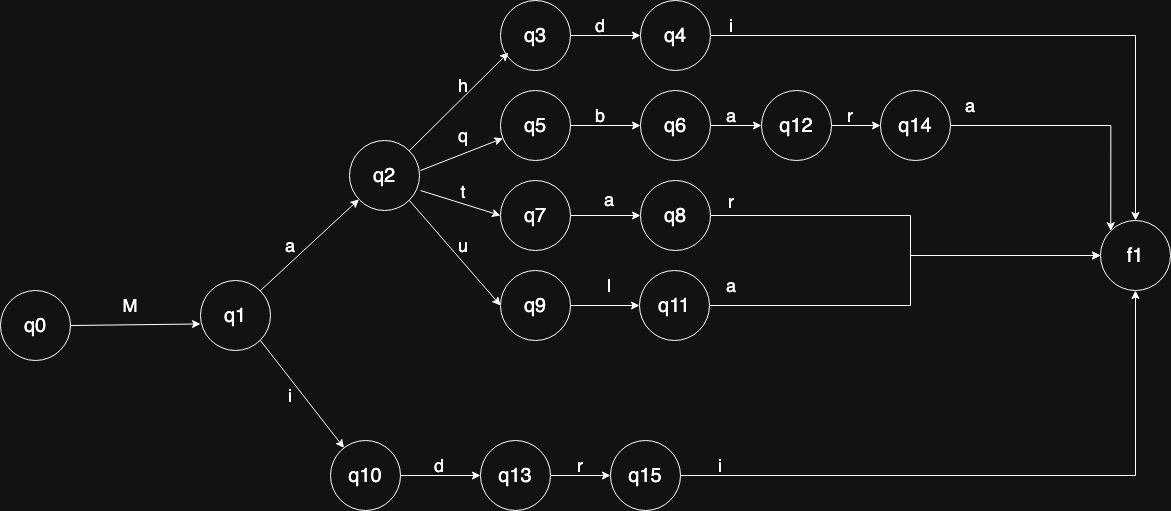
Earlier version of the draw.io export DFA.png (ian-hdzzz/Evidence_1_Lexical_Analysis). Source tidied: cells renumbered, new cells last; positions are measured from the earlier drawing's top-left corner, leaving out a move shared by most shapes. Source of this version:
```xml
<mxGraphModel>
  <root>
    <mxCell id="0" />
    <mxCell id="1" parent="0" />
    <mxCell id="2" value="&lt;font style=&quot;font-size: 20px;&quot;&gt;q0&lt;/font&gt;" style="ellipse;whiteSpace=wrap;html=1;" parent="1" vertex="1">
      <mxGeometry y="290" width="70" height="70" as="geometry" />
    </mxCell>
    <mxCell id="3" value="&lt;font style=&quot;font-size: 20px;&quot;&gt;q1&lt;/font&gt;" style="ellipse;whiteSpace=wrap;html=1;" parent="1" vertex="1">
      <mxGeometry x="200" y="280" width="70" height="70" as="geometry" />
    </mxCell>
    <mxCell id="4" style="endArrow=classic;html=1;rounded=0;exitX=1;exitY=0.5;exitDx=0;exitDy=0;entryX=0;entryY=0.621;entryDx=0;entryDy=0;entryPerimeter=0;" parent="1" edge="1" source="2" target="3">
      <mxGeometry relative="1" as="geometry" />
    </mxCell>
    <mxCell id="5" value="&lt;font style=&quot;font-size: 18px;&quot;&gt;M&lt;/font&gt;" style="text;html=1;align=center;verticalAlign=middle;whiteSpace=wrap;rounded=0;" parent="1" vertex="1">
      <mxGeometry x="100" y="290" width="60" height="30" as="geometry" />
    </mxCell>
    <mxCell id="6" value="&lt;font style=&quot;font-size: 20px;&quot;&gt;q2&lt;/font&gt;" style="ellipse;whiteSpace=wrap;html=1;" parent="1" vertex="1">
      <mxGeometry x="349" y="140" width="70" height="70" as="geometry" />
    </mxCell>
    <mxCell id="7" style="edgeStyle=orthogonalEdgeStyle;rounded=0;jettySize=auto;html=1;exitX=1;exitY=0.5;exitDx=0;exitDy=0;entryX=0;entryY=0.5;entryDx=0;entryDy=0;" parent="1" edge="1" source="8" target="53">
      <mxGeometry relative="1" as="geometry" />
    </mxCell>
    <mxCell id="8" value="&lt;font style=&quot;font-size: 20px;&quot;&gt;q10&lt;/font&gt;" style="ellipse;whiteSpace=wrap;html=1;" parent="1" vertex="1">
      <mxGeometry x="330" y="440" width="70" height="70" as="geometry" />
    </mxCell>
    <mxCell id="9" style="endArrow=classic;html=1;rounded=0;exitX=1;exitY=0;exitDx=0;exitDy=0;" parent="1" edge="1" source="3" target="6">
      <mxGeometry relative="1" as="geometry" />
    </mxCell>
    <mxCell id="10" style="endArrow=classic;html=1;rounded=0;exitX=1;exitY=1;exitDx=0;exitDy=0;" parent="1" edge="1" source="3" target="8">
      <mxGeometry relative="1" as="geometry" />
    </mxCell>
    <mxCell id="11" value="&lt;span style=&quot;font-size: 18px;&quot;&gt;a&lt;/span&gt;" style="text;html=1;align=center;verticalAlign=middle;whiteSpace=wrap;rounded=0;" parent="1" vertex="1">
      <mxGeometry x="260" y="230" width="60" height="30" as="geometry" />
    </mxCell>
    <mxCell id="12" value="&lt;span style=&quot;font-size: 18px;&quot;&gt;i&lt;/span&gt;" style="text;html=1;align=center;verticalAlign=middle;whiteSpace=wrap;rounded=0;" parent="1" vertex="1">
      <mxGeometry x="260" y="380" width="60" height="30" as="geometry" />
    </mxCell>
    <mxCell id="13" style="edgeStyle=orthogonalEdgeStyle;rounded=0;jettySize=auto;html=1;exitX=1;exitY=0.5;exitDx=0;exitDy=0;entryX=0;entryY=0.5;entryDx=0;entryDy=0;" parent="1" edge="1" source="14" target="23">
      <mxGeometry relative="1" as="geometry" />
    </mxCell>
    <mxCell id="14" value="&lt;font style=&quot;font-size: 20px;&quot;&gt;q3&lt;/font&gt;" style="ellipse;whiteSpace=wrap;html=1;" parent="1" vertex="1">
      <mxGeometry x="500" width="70" height="70" as="geometry" />
    </mxCell>
    <mxCell id="15" style="edgeStyle=orthogonalEdgeStyle;rounded=0;jettySize=auto;html=1;exitX=1;exitY=0.5;exitDx=0;exitDy=0;entryX=0;entryY=0.5;entryDx=0;entryDy=0;" parent="1" edge="1" source="16" target="35">
      <mxGeometry relative="1" as="geometry" />
    </mxCell>
    <mxCell id="16" value="&lt;font style=&quot;font-size: 20px;&quot;&gt;q5&lt;/font&gt;" style="ellipse;whiteSpace=wrap;html=1;" parent="1" vertex="1">
      <mxGeometry x="500" y="90" width="70" height="70" as="geometry" />
    </mxCell>
    <mxCell id="17" style="edgeStyle=orthogonalEdgeStyle;rounded=0;jettySize=auto;html=1;exitX=1;exitY=0.5;exitDx=0;exitDy=0;entryX=0;entryY=0.5;entryDx=0;entryDy=0;" parent="1" edge="1" source="18" target="45">
      <mxGeometry relative="1" as="geometry" />
    </mxCell>
    <mxCell id="18" value="&lt;font style=&quot;font-size: 20px;&quot;&gt;q7&lt;/font&gt;" style="ellipse;whiteSpace=wrap;html=1;" parent="1" vertex="1">
      <mxGeometry x="500" y="180" width="70" height="70" as="geometry" />
    </mxCell>
    <mxCell id="19" style="edgeStyle=orthogonalEdgeStyle;rounded=0;jettySize=auto;html=1;exitX=1;exitY=0.5;exitDx=0;exitDy=0;" parent="1" edge="1" source="20" target="49">
      <mxGeometry relative="1" as="geometry" />
    </mxCell>
    <mxCell id="20" value="&lt;font style=&quot;font-size: 20px;&quot;&gt;q9&lt;/font&gt;" style="ellipse;whiteSpace=wrap;html=1;" parent="1" vertex="1">
      <mxGeometry x="500" y="270" width="70" height="70" as="geometry" />
    </mxCell>
    <mxCell id="21" style="endArrow=classic;html=1;rounded=0;exitX=1;exitY=0;exitDx=0;exitDy=0;entryX=0.113;entryY=0.745;entryDx=0;entryDy=0;entryPerimeter=0;" parent="1" edge="1" source="6" target="14">
      <mxGeometry relative="1" as="geometry" />
    </mxCell>
    <mxCell id="22" style="edgeStyle=orthogonalEdgeStyle;rounded=0;jettySize=auto;html=1;exitX=1;exitY=0.5;exitDx=0;exitDy=0;" parent="1" edge="1" source="23" target="24">
      <mxGeometry relative="1" as="geometry" />
    </mxCell>
    <mxCell id="23" value="&lt;font style=&quot;font-size: 20px;&quot;&gt;q4&lt;/font&gt;" style="ellipse;whiteSpace=wrap;html=1;" parent="1" vertex="1">
      <mxGeometry x="640" width="70" height="70" as="geometry" />
    </mxCell>
    <mxCell id="24" value="&lt;font style=&quot;font-size: 20px;&quot;&gt;f1&lt;/font&gt;" style="ellipse;whiteSpace=wrap;html=1;" parent="1" vertex="1">
      <mxGeometry x="1100" y="220" width="70" height="70" as="geometry" />
    </mxCell>
    <mxCell id="25" style="endArrow=classic;html=1;rounded=0;" parent="1" edge="1" target="16">
      <mxGeometry relative="1" as="geometry">
        <mxPoint x="420" y="170" as="sourcePoint" />
      </mxGeometry>
    </mxCell>
    <mxCell id="26" style="endArrow=classic;html=1;rounded=0;exitX=1;exitY=1;exitDx=0;exitDy=0;entryX=0;entryY=0.5;entryDx=0;entryDy=0;" parent="1" edge="1" source="6" target="20">
      <mxGeometry relative="1" as="geometry" />
    </mxCell>
    <mxCell id="27" style="endArrow=classic;html=1;rounded=0;entryX=0;entryY=0.5;entryDx=0;entryDy=0;" parent="1" edge="1" target="18">
      <mxGeometry relative="1" as="geometry">
        <mxPoint x="420" y="190" as="sourcePoint" />
      </mxGeometry>
    </mxCell>
    <mxCell id="28" value="&lt;span style=&quot;font-size: 18px;&quot;&gt;h&lt;/span&gt;" style="text;html=1;align=center;verticalAlign=middle;whiteSpace=wrap;rounded=0;" parent="1" vertex="1">
      <mxGeometry x="433" y="70" width="60" height="30" as="geometry" />
    </mxCell>
    <mxCell id="29" value="&lt;span style=&quot;font-size: 18px;&quot;&gt;q&lt;/span&gt;" style="text;html=1;align=center;verticalAlign=middle;whiteSpace=wrap;rounded=0;" parent="1" vertex="1">
      <mxGeometry x="433" y="120" width="60" height="30" as="geometry" />
    </mxCell>
    <mxCell id="30" value="&lt;span style=&quot;font-size: 18px;&quot;&gt;t&lt;/span&gt;" style="text;html=1;align=center;verticalAlign=middle;whiteSpace=wrap;rounded=0;" parent="1" vertex="1">
      <mxGeometry x="433" y="176" width="60" height="30" as="geometry" />
    </mxCell>
    <mxCell id="31" value="&lt;span style=&quot;font-size: 18px;&quot;&gt;u&lt;/span&gt;" style="text;html=1;align=center;verticalAlign=middle;whiteSpace=wrap;rounded=0;" parent="1" vertex="1">
      <mxGeometry x="433" y="230" width="60" height="30" as="geometry" />
    </mxCell>
    <mxCell id="32" value="&lt;span style=&quot;font-size: 18px;&quot;&gt;d&lt;/span&gt;" style="text;html=1;align=center;verticalAlign=middle;whiteSpace=wrap;rounded=0;" parent="1" vertex="1">
      <mxGeometry x="570" y="10" width="60" height="30" as="geometry" />
    </mxCell>
    <mxCell id="33" value="&lt;span style=&quot;font-size: 18px;&quot;&gt;i&lt;/span&gt;" style="text;html=1;align=center;verticalAlign=middle;whiteSpace=wrap;rounded=0;" parent="1" vertex="1">
      <mxGeometry x="701" y="10" width="60" height="30" as="geometry" />
    </mxCell>
    <mxCell id="34" style="edgeStyle=orthogonalEdgeStyle;rounded=0;jettySize=auto;html=1;exitX=1;exitY=0.5;exitDx=0;exitDy=0;entryX=0;entryY=0.5;entryDx=0;entryDy=0;" parent="1" edge="1" source="35" target="37">
      <mxGeometry relative="1" as="geometry" />
    </mxCell>
    <mxCell id="35" value="&lt;font style=&quot;font-size: 20px;&quot;&gt;q6&lt;/font&gt;" style="ellipse;whiteSpace=wrap;html=1;" parent="1" vertex="1">
      <mxGeometry x="640" y="90" width="70" height="70" as="geometry" />
    </mxCell>
    <mxCell id="36" style="edgeStyle=orthogonalEdgeStyle;rounded=0;jettySize=auto;html=1;exitX=1;exitY=0.5;exitDx=0;exitDy=0;entryX=0;entryY=0.5;entryDx=0;entryDy=0;" parent="1" edge="1" source="37" target="41">
      <mxGeometry relative="1" as="geometry" />
    </mxCell>
    <mxCell id="37" value="&lt;font style=&quot;font-size: 20px;&quot;&gt;q12&lt;/font&gt;" style="ellipse;whiteSpace=wrap;html=1;" parent="1" vertex="1">
      <mxGeometry x="761" y="90" width="70" height="70" as="geometry" />
    </mxCell>
    <mxCell id="38" value="&lt;span style=&quot;font-size: 18px;&quot;&gt;b&lt;/span&gt;" style="text;html=1;align=center;verticalAlign=middle;whiteSpace=wrap;rounded=0;" parent="1" vertex="1">
      <mxGeometry x="570" y="100" width="60" height="30" as="geometry" />
    </mxCell>
    <mxCell id="39" value="&lt;span style=&quot;font-size: 18px;&quot;&gt;a&lt;/span&gt;" style="text;html=1;align=center;verticalAlign=middle;whiteSpace=wrap;rounded=0;" parent="1" vertex="1">
      <mxGeometry x="701" y="100" width="60" height="30" as="geometry" />
    </mxCell>
    <mxCell id="40" style="edgeStyle=orthogonalEdgeStyle;rounded=0;jettySize=auto;html=1;exitX=1;exitY=0.5;exitDx=0;exitDy=0;entryX=0;entryY=0;entryDx=0;entryDy=0;" parent="1" edge="1" source="41" target="24">
      <mxGeometry relative="1" as="geometry" />
    </mxCell>
    <mxCell id="41" value="&lt;font style=&quot;font-size: 20px;&quot;&gt;q14&lt;/font&gt;" style="ellipse;whiteSpace=wrap;html=1;" parent="1" vertex="1">
      <mxGeometry x="880" y="90" width="70" height="70" as="geometry" />
    </mxCell>
    <mxCell id="42" value="&lt;span style=&quot;font-size: 18px;&quot;&gt;r&lt;/span&gt;" style="text;html=1;align=center;verticalAlign=middle;whiteSpace=wrap;rounded=0;" parent="1" vertex="1">
      <mxGeometry x="820" y="100" width="60" height="30" as="geometry" />
    </mxCell>
    <mxCell id="43" value="&lt;span style=&quot;font-size: 18px;&quot;&gt;a&lt;/span&gt;" style="text;html=1;align=center;verticalAlign=middle;whiteSpace=wrap;rounded=0;" parent="1" vertex="1">
      <mxGeometry x="940" y="90" width="60" height="30" as="geometry" />
    </mxCell>
    <mxCell id="44" style="edgeStyle=orthogonalEdgeStyle;rounded=0;jettySize=auto;html=1;exitX=1;exitY=0.5;exitDx=0;exitDy=0;entryX=0;entryY=0.5;entryDx=0;entryDy=0;" parent="1" edge="1" source="45" target="24">
      <mxGeometry relative="1" as="geometry">
        <Array as="points">
          <mxPoint x="910" y="215" />
          <mxPoint x="910" y="255" />
        </Array>
      </mxGeometry>
    </mxCell>
    <mxCell id="45" value="&lt;font style=&quot;font-size: 20px;&quot;&gt;q8&lt;/font&gt;" style="ellipse;whiteSpace=wrap;html=1;" parent="1" vertex="1">
      <mxGeometry x="640" y="180" width="70" height="70" as="geometry" />
    </mxCell>
    <mxCell id="46" value="&lt;span style=&quot;font-size: 18px;&quot;&gt;a&lt;/span&gt;" style="text;html=1;align=center;verticalAlign=middle;whiteSpace=wrap;rounded=0;" parent="1" vertex="1">
      <mxGeometry x="579" y="184" width="60" height="30" as="geometry" />
    </mxCell>
    <mxCell id="47" value="&lt;span style=&quot;font-size: 18px;&quot;&gt;r&lt;/span&gt;" style="text;html=1;align=center;verticalAlign=middle;whiteSpace=wrap;rounded=0;" parent="1" vertex="1">
      <mxGeometry x="701" y="188" width="60" height="26" as="geometry" />
    </mxCell>
    <mxCell id="48" style="edgeStyle=orthogonalEdgeStyle;rounded=0;jettySize=auto;html=1;exitX=1;exitY=0.5;exitDx=0;exitDy=0;entryX=0;entryY=0.5;entryDx=0;entryDy=0;" parent="1" edge="1" source="49" target="24">
      <mxGeometry relative="1" as="geometry">
        <Array as="points">
          <mxPoint x="910" y="305" />
          <mxPoint x="910" y="255" />
        </Array>
      </mxGeometry>
    </mxCell>
    <mxCell id="49" value="&lt;font style=&quot;font-size: 20px;&quot;&gt;q11&lt;/font&gt;" style="ellipse;whiteSpace=wrap;html=1;" parent="1" vertex="1">
      <mxGeometry x="639" y="270" width="70" height="70" as="geometry" />
    </mxCell>
    <mxCell id="50" value="&lt;span style=&quot;font-size: 18px;&quot;&gt;l&lt;/span&gt;" style="text;html=1;align=center;verticalAlign=middle;whiteSpace=wrap;rounded=0;" parent="1" vertex="1">
      <mxGeometry x="579" y="270" width="60" height="30" as="geometry" />
    </mxCell>
    <mxCell id="51" value="&lt;span style=&quot;font-size: 18px;&quot;&gt;a&lt;/span&gt;" style="text;html=1;align=center;verticalAlign=middle;whiteSpace=wrap;rounded=0;" parent="1" vertex="1">
      <mxGeometry x="701" y="270" width="60" height="30" as="geometry" />
    </mxCell>
    <mxCell id="52" style="edgeStyle=orthogonalEdgeStyle;rounded=0;jettySize=auto;html=1;exitX=1;exitY=0.5;exitDx=0;exitDy=0;entryX=0;entryY=0.5;entryDx=0;entryDy=0;" parent="1" edge="1" source="53" target="55">
      <mxGeometry relative="1" as="geometry" />
    </mxCell>
    <mxCell id="53" value="&lt;font style=&quot;font-size: 20px;&quot;&gt;q13&lt;/font&gt;" style="ellipse;whiteSpace=wrap;html=1;" parent="1" vertex="1">
      <mxGeometry x="480" y="440" width="70" height="70" as="geometry" />
    </mxCell>
    <mxCell id="54" style="edgeStyle=orthogonalEdgeStyle;rounded=0;jettySize=auto;html=1;exitX=1;exitY=0.5;exitDx=0;exitDy=0;entryX=0.5;entryY=1;entryDx=0;entryDy=0;" parent="1" edge="1" source="55" target="24">
      <mxGeometry relative="1" as="geometry" />
    </mxCell>
    <mxCell id="55" value="&lt;span style=&quot;font-size: 20px;&quot;&gt;q15&lt;/span&gt;" style="ellipse;whiteSpace=wrap;html=1;" parent="1" vertex="1">
      <mxGeometry x="610" y="440" width="70" height="70" as="geometry" />
    </mxCell>
    <mxCell id="56" value="&lt;span style=&quot;font-size: 18px;&quot;&gt;d&lt;/span&gt;" style="text;html=1;align=center;verticalAlign=middle;whiteSpace=wrap;rounded=0;" parent="1" vertex="1">
      <mxGeometry x="409" y="450" width="60" height="30" as="geometry" />
    </mxCell>
    <mxCell id="57" value="&lt;span style=&quot;font-size: 18px;&quot;&gt;r&lt;/span&gt;" style="text;html=1;align=center;verticalAlign=middle;whiteSpace=wrap;rounded=0;" parent="1" vertex="1">
      <mxGeometry x="550" y="450" width="60" height="30" as="geometry" />
    </mxCell>
    <mxCell id="58" value="&lt;span style=&quot;font-size: 18px;&quot;&gt;i&lt;/span&gt;" style="text;html=1;align=center;verticalAlign=middle;whiteSpace=wrap;rounded=0;" parent="1" vertex="1">
      <mxGeometry x="690" y="450" width="60" height="30" as="geometry" />
    </mxCell>
  </root>
</mxGraphModel>
```
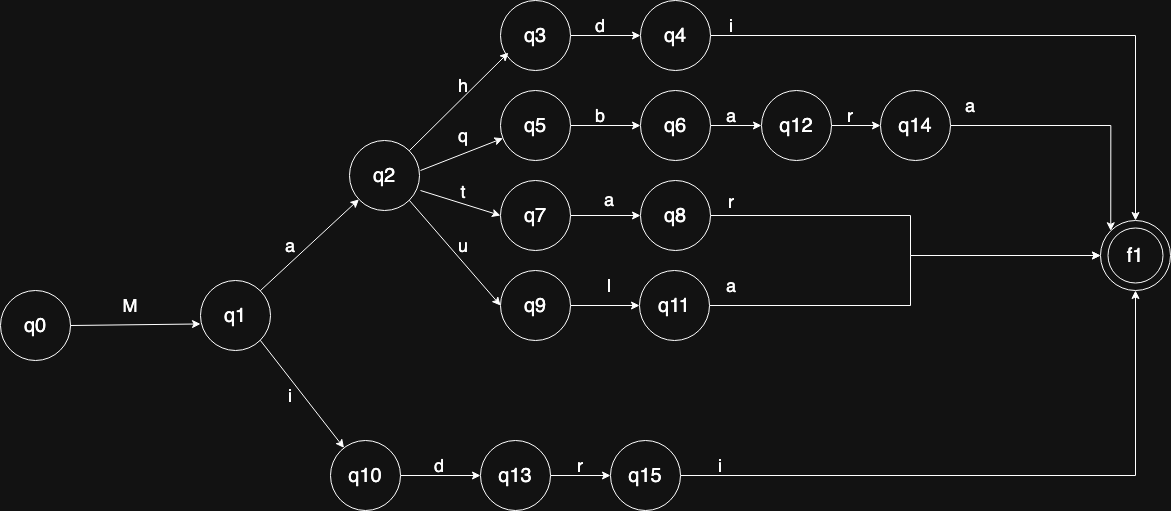
The same file after the commit.

Diff of the diagram source:
```diff
@@ -187,5 +187,8 @@
     <mxCell id="58" value="&lt;span style=&quot;font-size: 18px;&quot;&gt;i&lt;/span&gt;" style="text;html=1;align=center;verticalAlign=middle;whiteSpace=wrap;rounded=0;" parent="1" vertex="1">
       <mxGeometry x="690" y="450" width="60" height="30" as="geometry" />
     </mxCell>
+    <mxCell id="59" style="ellipse;whiteSpace=wrap;html=1;fillColor=light-dark(#FFFFFF,transparent);" parent="1" vertex="1">
+      <mxGeometry x="1107.5" y="227.5" width="55" height="55" as="geometry" />
+    </mxCell>
   </root>
 </mxGraphModel>
```
